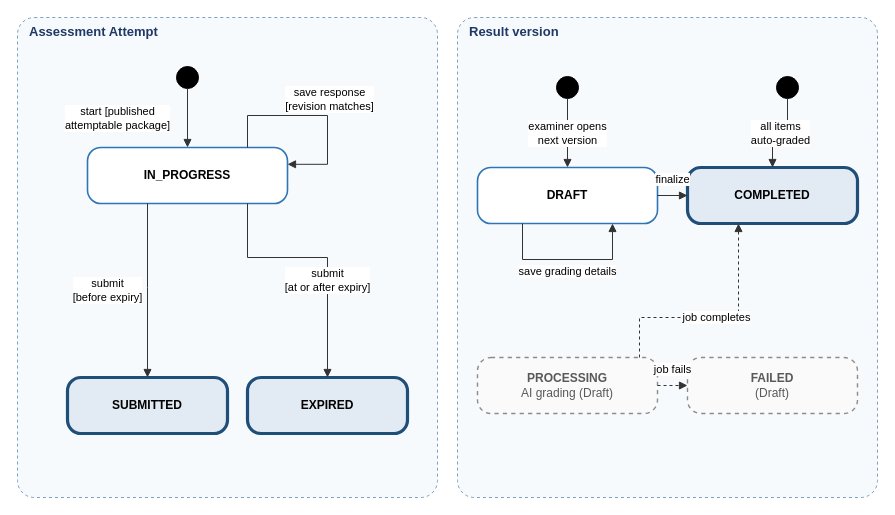
The draw.io diagram page "6. Assessment Attempt and Result Version" (6 of 7) of capstone-docs/rp_3.0_system-requirements-system/diagram_script/part4-diagrams/IELTSPath_StateMachines.drawio in IeltsPath-Platform/backend, before the edit. Source tidied: cells renumbered, new cells numbered last; positions are measured from the earlier drawing's top-left corner, leaving out a move shared by most shapes. Both pictures are drawn from the tidied source at 100%, with x=0, y=0 at pixel (17, 17).
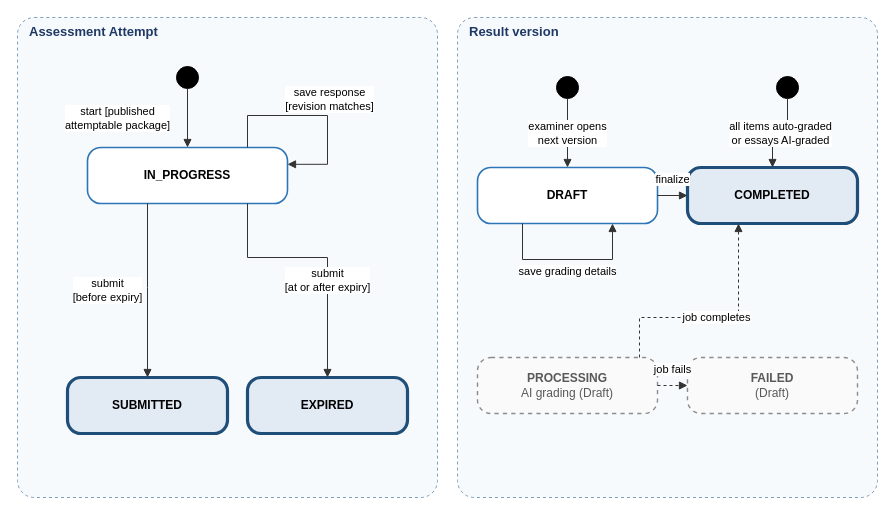
The same diagram, later.

The change refers to these unchanged cells:
```xml
<mxCell id="9" style="ellipse;html=1;fillColor=#000000;strokeColor=#000000;" parent="1" vertex="1">
  <mxGeometry x="759" y="59" width="22" height="22" as="geometry" />
</mxCell>
<mxCell id="11" value="&lt;b&gt;COMPLETED&lt;/b&gt;" style="rounded=1;arcSize=24;whiteSpace=wrap;html=1;fillColor=#E2EAF4;strokeColor=#1F4E79;strokeWidth=3.2;fontSize=12;" parent="1" vertex="1">
  <mxGeometry x="670" y="150" width="170" height="56" as="geometry" />
</mxCell>
```

Diff of the diagram source:
```diff
@@
-    <mxCell id="19" value="all items&lt;br&gt;auto-graded" style="edgeStyle=orthogonalEdgeStyle;rounded=0;html=1;endArrow=block;endFill=1;strokeColor=#333333;fontSize=11;labelBackgroundColor=#FFFFFF;exitX=0.500;exitY=1.000;exitDx=0;exitDy=0;entryX=0.500;entryY=0.000;entryDx=0;entryDy=0;" parent="1" edge="1" source="9" target="11">
+    <mxCell id="19" value="all items auto-graded&lt;br&gt;or essays AI-graded" style="edgeStyle=orthogonalEdgeStyle;rounded=0;html=1;endArrow=block;endFill=1;strokeColor=#333333;fontSize=11;labelBackgroundColor=#FFFFFF;exitX=0.500;exitY=1.000;exitDx=0;exitDy=0;entryX=0.500;entryY=0.000;entryDx=0;entryDy=0;" parent="1" edge="1" source="9" target="11">
       <mxGeometry relative="1" as="geometry" />
     </mxCell>
```
